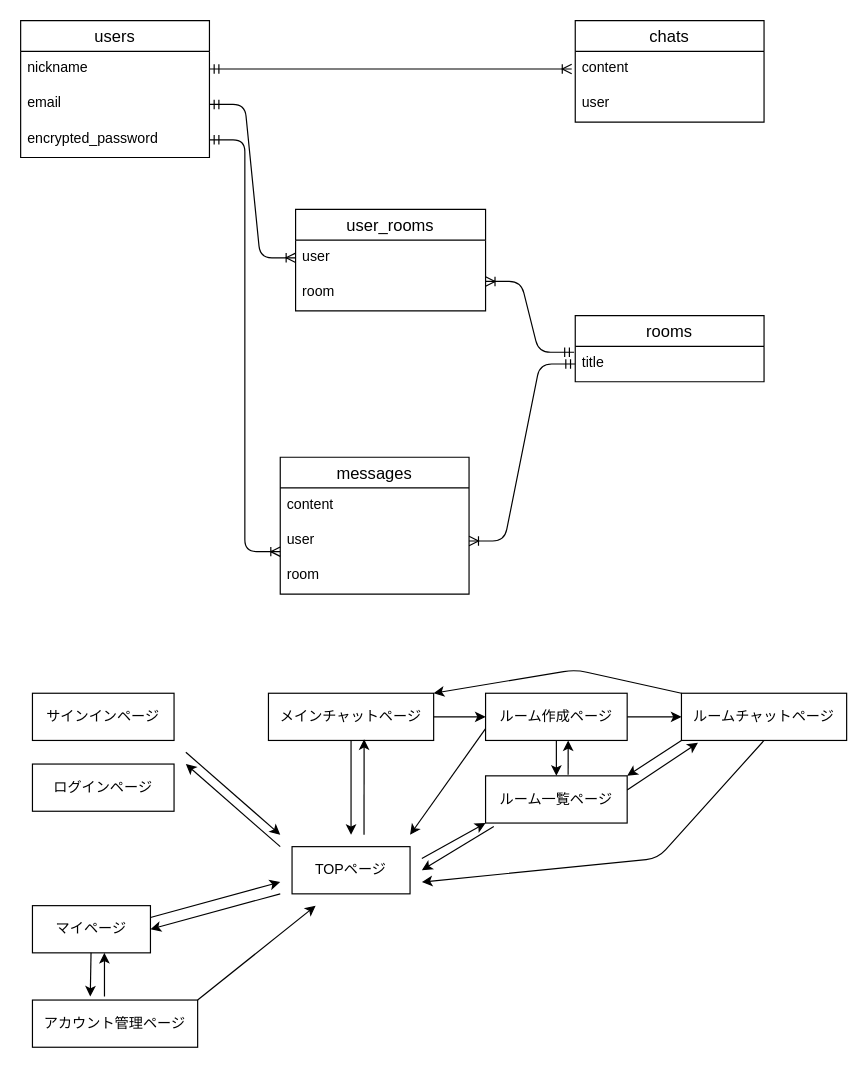
The draw.io diagram amigo.dio in pii-programmer/amigo, before the edit. Source tidied: cells renumbered, new cells numbered last; positions are measured from the earlier drawing's top-left corner, leaving out a move shared by most shapes. Both pictures are drawn from the tidied source at 118%, with x=0, y=0 at pixel (20, 20).
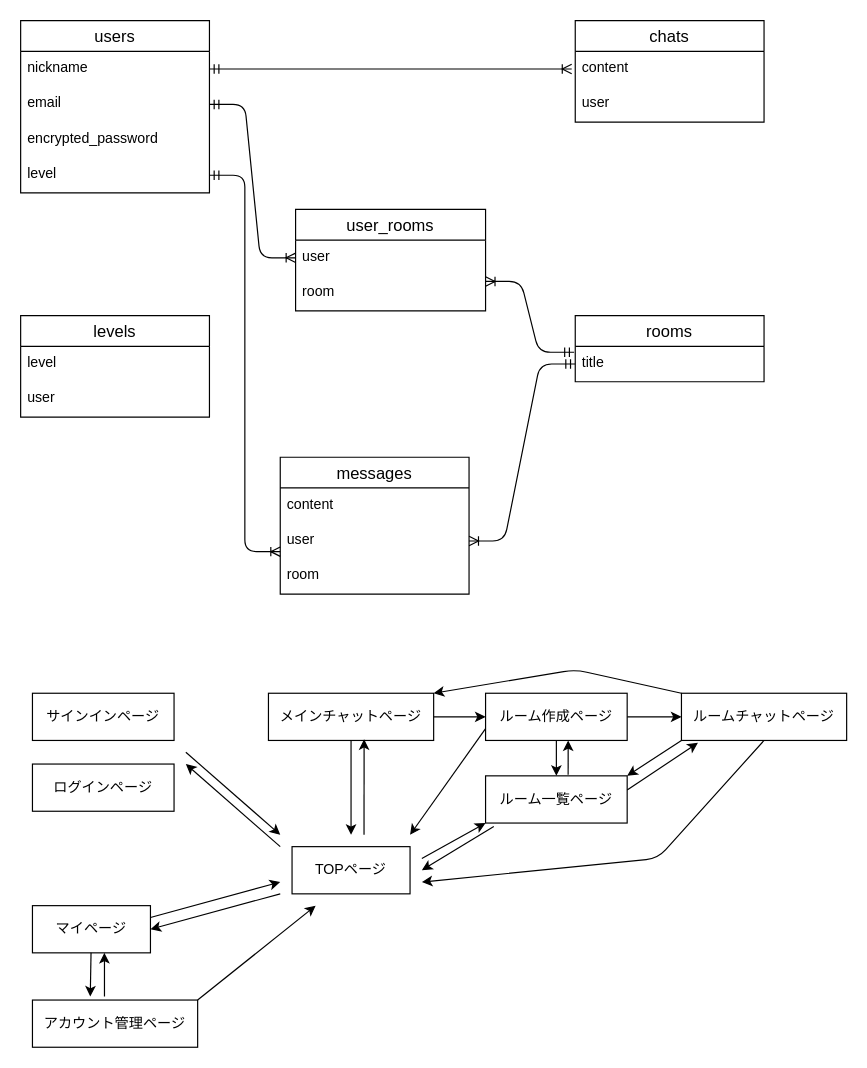
Above is the later version.

Commit message:
【DB編集】ER図を編集

Change to the diagram source:
```diff
@@
     <mxCell id="2" value="users" style="swimlane;fontStyle=0;horizontal=1;startSize=26;align=center;fontSize=14;" parent="1" vertex="1">
-      <mxGeometry width="160" height="116" as="geometry" />
+      <mxGeometry width="160" height="146" as="geometry" />
     </mxCell>
@@
+    <mxCell id="52" value="encrypted_password" style="text;strokeColor=none;fillColor=none;spacingLeft=4;spacingRight=4;overflow=hidden;fontSize=12;" parent="2" vertex="1">
+      <mxGeometry y="86" width="160" height="30" as="geometry" />
+    </mxCell>
-    <mxCell id="5" value="encrypted_password" style="text;strokeColor=none;fillColor=none;spacingLeft=4;spacingRight=4;overflow=hidden;points=[[0,0.5],[1,0.5]];portConstraint=eastwest;fontSize=12;" parent="2" vertex="1">
-      <mxGeometry y="86" width="160" height="30" as="geometry" />
+    <mxCell id="5" value="level" style="text;strokeColor=none;fillColor=none;spacingLeft=4;spacingRight=4;overflow=hidden;points=[[0,0.5],[1,0.5]];portConstraint=eastwest;fontSize=12;" parent="2" vertex="1">
+      <mxGeometry y="116" width="160" height="30" as="geometry" />
     </mxCell>
@@
+    <mxCell id="53" value="levels" style="swimlane;fontStyle=0;horizontal=1;startSize=26;align=center;fontSize=14;" parent="1" vertex="1">
+      <mxGeometry y="250" width="160" height="86" as="geometry" />
+    </mxCell>
+    <mxCell id="54" value="level" style="text;strokeColor=none;fillColor=none;spacingLeft=4;spacingRight=4;overflow=hidden;fontSize=12;" parent="53" vertex="1">
+      <mxGeometry y="26" width="160" height="30" as="geometry" />
+    </mxCell>
+    <mxCell id="55" value="user" style="text;strokeColor=none;fillColor=none;spacingLeft=4;spacingRight=4;overflow=hidden;fontSize=12;" parent="53" vertex="1">
+      <mxGeometry y="56" width="160" height="30" as="geometry" />
+    </mxCell>
```
